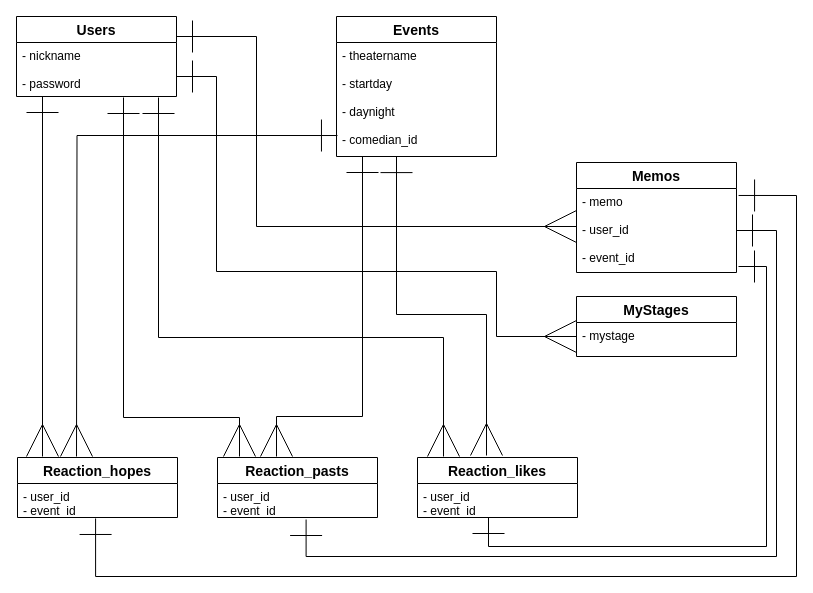
Before: zabuton_dayori.dio in saotome88/zabuton_dayori, a draw.io diagram. Source tidied: cells renumbered, new cells numbered last; positions are measured from the earlier drawing's top-left corner, leaving out a move shared by most shapes. Both pictures are drawn from the tidied source at 100%, with x=0, y=0 at pixel (16, 16).
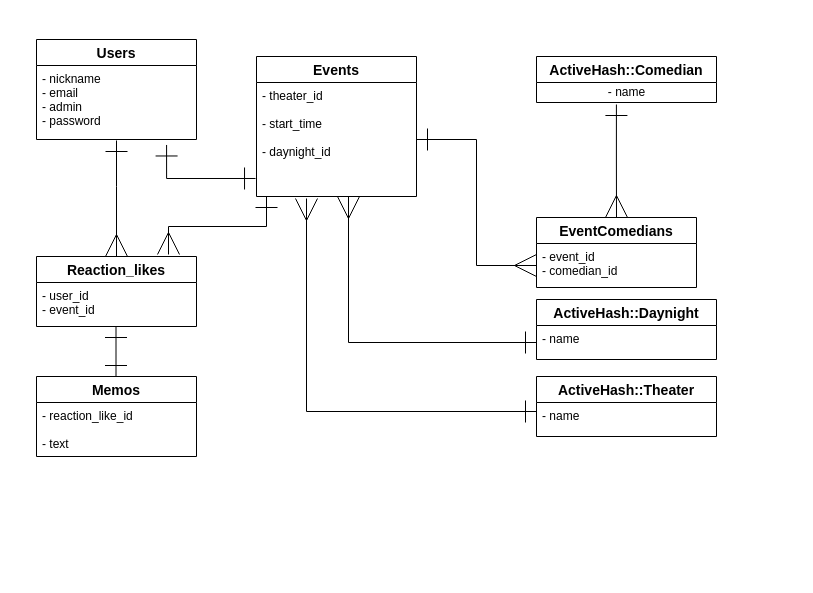
The same page after the edit.

Commit message (it also covers changes not shown here):
ER図の修正と古いER図は削除

The edit, as a diff of the source:
```diff
@@
-    <mxCell id="2" style="edgeStyle=orthogonalEdgeStyle;rounded=0;orthogonalLoop=1;jettySize=auto;html=1;endArrow=ERmany;endFill=0;startArrow=ERone;startFill=0;jumpSize=10;endSize=30;startSize=30;targetPerimeterSpacing=0;sourcePerimeterSpacing=0;" parent="1" edge="1">
-      <mxGeometry relative="1" as="geometry">
-        <mxPoint x="26" y="80" as="sourcePoint" />
-        <mxPoint x="26" y="440" as="targetPoint" />
-      </mxGeometry>
-    </mxCell>
     <mxCell id="3" value="Users" style="swimlane;fontStyle=1;horizontal=1;startSize=26;align=center;fontSize=14;" parent="1" vertex="1">
-      <mxGeometry width="160" height="80" as="geometry" />
+      <mxGeometry x="20" y="23" width="160" height="100" as="geometry" />
     </mxCell>
-    <mxCell id="4" value="- nickname&#10;&#10;- password" style="text;strokeColor=none;fillColor=none;spacingLeft=4;spacingRight=4;overflow=hidden;points=[[0,0.5],[1,0.5]];portConstraint=eastwest;fontSize=12;" parent="3" vertex="1">
-      <mxGeometry y="26" width="160" height="54" as="geometry" />
+    <mxCell id="4" value="- nickname&#10;- email&#10;- admin&#10;- password" style="text;strokeColor=none;fillColor=none;spacingLeft=4;spacingRight=4;overflow=hidden;points=[[0,0.5],[1,0.5]];portConstraint=eastwest;fontSize=12;" parent="3" vertex="1">
+      <mxGeometry y="26" width="160" height="74" as="geometry" />
     </mxCell>
     <mxCell id="5" value="Events" style="swimlane;fontStyle=1;horizontal=1;startSize=26;align=center;fontSize=14;" parent="1" vertex="1">
-      <mxGeometry x="320" width="160" height="140" as="geometry" />
+      <mxGeometry x="240" y="40" width="160" height="140" as="geometry" />
     </mxCell>
-    <mxCell id="6" value="- theatername&#10;&#10;- startday&#10;&#10;- daynight&#10;&#10;- comedian_id" style="text;strokeColor=none;fillColor=none;spacingLeft=4;spacingRight=4;overflow=hidden;points=[[0,0.5],[1,0.5]];portConstraint=eastwest;fontSize=12;" parent="5" vertex="1">
+    <mxCell id="6" value="- theater_id&#10;&#10;- start_time&#10;&#10;- daynight_id" style="text;strokeColor=none;fillColor=none;spacingLeft=4;spacingRight=4;overflow=hidden;points=[[0,0.5],[1,0.5]];portConstraint=eastwest;fontSize=12;" parent="5" vertex="1">
       <mxGeometry y="26" width="160" height="114" as="geometry" />
     </mxCell>
-    <mxCell id="7" value="Reaction_hopes" style="swimlane;fontStyle=1;horizontal=1;startSize=26;align=center;fontSize=14;" parent="1" vertex="1">
-      <mxGeometry x="1" y="441" width="160" height="60" as="geometry" />
-    </mxCell>
-    <mxCell id="8" value="- user_id&#10;- event_id" style="text;strokeColor=none;fillColor=none;spacingLeft=4;spacingRight=4;overflow=hidden;points=[[0,0.5],[1,0.5]];portConstraint=eastwest;fontSize=12;" parent="7" vertex="1">
-      <mxGeometry y="26" width="160" height="34" as="geometry" />
-    </mxCell>
-    <mxCell id="9" value="Reaction_pasts" style="swimlane;fontStyle=1;horizontal=1;startSize=26;align=center;fontSize=14;" parent="1" vertex="1">
-      <mxGeometry x="201" y="441" width="160" height="60" as="geometry" />
-    </mxCell>
-    <mxCell id="10" value="- user_id&#10;- event_id" style="text;strokeColor=none;fillColor=none;spacingLeft=4;spacingRight=4;overflow=hidden;fontSize=12;" parent="9" vertex="1">
-      <mxGeometry y="26" width="160" height="34" as="geometry" />
-    </mxCell>
     <mxCell id="11" value="Reaction_likes" style="swimlane;fontStyle=1;horizontal=1;startSize=26;align=center;fontSize=14;" parent="1" vertex="1">
-      <mxGeometry x="401" y="441" width="160" height="60" as="geometry" />
+      <mxGeometry x="20" y="240" width="160" height="70" as="geometry" />
     </mxCell>
     <mxCell id="12" value="- user_id&#10;- event_id" style="text;strokeColor=none;fillColor=none;spacingLeft=4;spacingRight=4;overflow=hidden;fontSize=12;" parent="11" vertex="1">
-      <mxGeometry y="26" width="160" height="34" as="geometry" />
+      <mxGeometry y="26" width="160" height="44" as="geometry" />
     </mxCell>
     <mxCell id="13" value="Memos" style="swimlane;fontStyle=1;horizontal=1;startSize=26;align=center;fontSize=14;" parent="1" vertex="1">
-      <mxGeometry x="560" y="146" width="160" height="110" as="geometry" />
+      <mxGeometry x="20" y="360" width="160" height="80" as="geometry" />
     </mxCell>
-    <mxCell id="14" value="- memo&#10;&#10;- user_id&#10;&#10;- event_id" style="text;strokeColor=none;fillColor=none;spacingLeft=4;spacingRight=4;overflow=hidden;points=[[0,0.5],[1,0.5]];portConstraint=eastwest;fontSize=12;" parent="13" vertex="1">
-      <mxGeometry y="26" width="160" height="84" as="geometry" />
+    <mxCell id="14" value="- reaction_like_id&#10;&#10;- text" style="text;strokeColor=none;fillColor=none;spacingLeft=4;spacingRight=4;overflow=hidden;points=[[0,0.5],[1,0.5]];portConstraint=eastwest;fontSize=12;" parent="13" vertex="1">
+      <mxGeometry y="26" width="160" height="54" as="geometry" />
     </mxCell>
-    <mxCell id="15" value="MyStages" style="swimlane;fontStyle=1;horizontal=1;startSize=26;align=center;fontSize=14;" parent="1" vertex="1">
-      <mxGeometry x="560" y="280" width="160" height="60" as="geometry" />
+    <mxCell id="15" value="EventComedians" style="swimlane;fontStyle=1;horizontal=1;startSize=26;align=center;fontSize=14;" parent="1" vertex="1">
+      <mxGeometry x="520" y="201" width="160" height="70" as="geometry" />
     </mxCell>
-    <mxCell id="16" value="- mystage" style="text;strokeColor=none;fillColor=none;spacingLeft=4;spacingRight=4;overflow=hidden;points=[[0,0.5],[1,0.5]];portConstraint=eastwest;fontSize=12;" parent="15" vertex="1">
-      <mxGeometry y="26" width="160" height="34" as="geometry" />
+    <mxCell id="16" value="- event_id&#10;- comedian_id" style="text;strokeColor=none;fillColor=none;spacingLeft=4;spacingRight=4;overflow=hidden;points=[[0,0.5],[1,0.5]];portConstraint=eastwest;fontSize=12;" parent="15" vertex="1">
+      <mxGeometry y="26" width="160" height="44" as="geometry" />
     </mxCell>
-    <mxCell id="17" style="edgeStyle=orthogonalEdgeStyle;rounded=0;orthogonalLoop=1;jettySize=auto;html=1;endArrow=ERmany;endFill=0;startArrow=ERone;startFill=0;jumpSize=10;endSize=30;startSize=30;targetPerimeterSpacing=0;sourcePerimeterSpacing=0;exitX=0.669;exitY=1.074;exitDx=0;exitDy=0;exitPerimeter=0;" parent="1" edge="1">
-      <mxGeometry relative="1" as="geometry">
-        <mxPoint x="107" y="81" as="sourcePoint" />
-        <mxPoint x="223" y="440" as="targetPoint" />
-        <Array as="points">
-          <mxPoint x="107" y="401" />
-          <mxPoint x="223" y="401" />
-        </Array>
-      </mxGeometry>
-    </mxCell>
-    <mxCell id="18" style="edgeStyle=orthogonalEdgeStyle;rounded=0;orthogonalLoop=1;jettySize=auto;html=1;endArrow=ERmany;endFill=0;startArrow=ERone;startFill=0;jumpSize=10;endSize=30;startSize=30;targetPerimeterSpacing=0;sourcePerimeterSpacing=0;" parent="1" edge="1">
-      <mxGeometry relative="1" as="geometry">
-        <mxPoint x="142" y="81" as="sourcePoint" />
-        <mxPoint x="427" y="440" as="targetPoint" />
-        <Array as="points">
-          <mxPoint x="142" y="81" />
-          <mxPoint x="142" y="321" />
-          <mxPoint x="427" y="321" />
-        </Array>
-      </mxGeometry>
-    </mxCell>
-    <mxCell id="19" style="edgeStyle=orthogonalEdgeStyle;rounded=0;orthogonalLoop=1;jettySize=auto;html=1;entryX=0;entryY=0.5;entryDx=0;entryDy=0;endArrow=ERmany;endFill=0;startArrow=ERone;startFill=0;jumpSize=10;endSize=30;startSize=30;targetPerimeterSpacing=0;sourcePerimeterSpacing=0;exitX=1;exitY=0.5;exitDx=0;exitDy=0;" parent="1" edge="1">
-      <mxGeometry relative="1" as="geometry">
-        <mxPoint x="160" y="60" as="sourcePoint" />
-        <mxPoint x="560" y="320" as="targetPoint" />
-        <Array as="points">
-          <mxPoint x="200" y="60" />
-          <mxPoint x="200" y="255" />
-          <mxPoint x="480" y="255" />
-          <mxPoint x="480" y="320" />
-        </Array>
-      </mxGeometry>
-    </mxCell>
-    <mxCell id="20" style="edgeStyle=orthogonalEdgeStyle;rounded=0;jettySize=auto;html=1;endArrow=ERmany;endFill=0;startArrow=ERone;startFill=0;jumpSize=10;endSize=30;startSize=30;targetPerimeterSpacing=0;sourcePerimeterSpacing=0;exitX=1;exitY=0.25;exitDx=0;exitDy=0;" parent="1" edge="1" source="3">
-      <mxGeometry relative="1" as="geometry">
-        <mxPoint x="560" y="210" as="targetPoint" />
-        <Array as="points">
-          <mxPoint x="240" y="20" />
-          <mxPoint x="240" y="210" />
-        </Array>
-      </mxGeometry>
-    </mxCell>
-    <mxCell id="21" style="edgeStyle=orthogonalEdgeStyle;rounded=0;jettySize=auto;html=1;endArrow=ERmany;endFill=0;startArrow=ERone;startFill=0;jumpSize=10;endSize=30;startSize=30;targetPerimeterSpacing=0;sourcePerimeterSpacing=0;exitX=0.006;exitY=0.816;exitDx=0;exitDy=0;exitPerimeter=0;" parent="1" edge="1" source="6">
-      <mxGeometry relative="1" as="geometry">
-        <mxPoint x="60" y="440" as="targetPoint" />
-      </mxGeometry>
-    </mxCell>
-    <mxCell id="22" style="edgeStyle=orthogonalEdgeStyle;rounded=0;orthogonalLoop=1;jettySize=auto;html=1;endArrow=ERmany;endFill=0;startArrow=ERone;startFill=0;jumpSize=10;endSize=30;startSize=30;targetPerimeterSpacing=0;sourcePerimeterSpacing=0;" parent="1" edge="1">
-      <mxGeometry relative="1" as="geometry">
-        <mxPoint x="346" y="140" as="sourcePoint" />
-        <mxPoint x="260" y="440" as="targetPoint" />
-        <Array as="points">
-          <mxPoint x="346" y="400" />
-          <mxPoint x="260" y="400" />
-        </Array>
-      </mxGeometry>
-    </mxCell>
-    <mxCell id="23" style="edgeStyle=orthogonalEdgeStyle;rounded=0;orthogonalLoop=1;jettySize=auto;html=1;endArrow=ERmany;endFill=0;startArrow=ERone;startFill=0;jumpSize=10;endSize=30;startSize=30;targetPerimeterSpacing=0;sourcePerimeterSpacing=0;exitX=0.194;exitY=1.018;exitDx=0;exitDy=0;exitPerimeter=0;" parent="1" edge="1">
-      <mxGeometry relative="1" as="geometry">
-        <mxPoint x="380" y="140.1" as="sourcePoint" />
-        <mxPoint x="470" y="439" as="targetPoint" />
-        <Array as="points">
-          <mxPoint x="380" y="298" />
-          <mxPoint x="470" y="298" />
-        </Array>
-      </mxGeometry>
-    </mxCell>
-    <mxCell id="24" style="edgeStyle=orthogonalEdgeStyle;rounded=0;jettySize=auto;html=1;exitX=1.013;exitY=0.083;exitDx=0;exitDy=0;entryX=0.488;entryY=1.029;entryDx=0;entryDy=0;entryPerimeter=0;endSize=30;startSize=30;endArrow=ERone;endFill=0;startArrow=ERone;startFill=0;exitPerimeter=0;" parent="1" edge="1" source="14" target="8">
-      <mxGeometry relative="1" as="geometry">
-        <Array as="points">
-          <mxPoint x="780" y="179" />
-          <mxPoint x="780" y="560" />
-          <mxPoint x="79" y="560" />
-        </Array>
-      </mxGeometry>
-    </mxCell>
-    <mxCell id="25" style="edgeStyle=orthogonalEdgeStyle;rounded=0;jettySize=auto;html=1;entryX=0.488;entryY=1.029;entryDx=0;entryDy=0;entryPerimeter=0;endSize=30;startSize=30;endArrow=ERone;endFill=0;startArrow=ERone;startFill=0;exitX=1;exitY=0.5;exitDx=0;exitDy=0;" parent="1" edge="1" source="14">
-      <mxGeometry relative="1" as="geometry">
-        <mxPoint x="289.6" y="503" as="targetPoint" />
-        <Array as="points">
-          <mxPoint x="760" y="214" />
-          <mxPoint x="760" y="540" />
-          <mxPoint x="290" y="540" />
-        </Array>
-      </mxGeometry>
-    </mxCell>
-    <mxCell id="26" style="edgeStyle=orthogonalEdgeStyle;rounded=0;orthogonalLoop=1;jettySize=auto;html=1;entryX=0.488;entryY=1.029;entryDx=0;entryDy=0;entryPerimeter=0;endSize=30;startSize=30;endArrow=ERone;endFill=0;startArrow=ERone;startFill=0;" parent="1" edge="1">
-      <mxGeometry relative="1" as="geometry">
-        <mxPoint x="722" y="250" as="sourcePoint" />
-        <mxPoint x="472" y="501" as="targetPoint" />
-        <Array as="points">
-          <mxPoint x="750" y="250" />
-          <mxPoint x="750" y="530" />
-          <mxPoint x="472" y="530" />
-        </Array>
-      </mxGeometry>
-    </mxCell>
+    <mxCell id="27" value="ActiveHash::Comedian" style="swimlane;fontStyle=1;horizontal=1;startSize=26;align=center;fontSize=14;" parent="1" vertex="1">
+      <mxGeometry x="520" y="40" width="180" height="46" as="geometry" />
+    </mxCell>
+    <mxCell id="28" value="&lt;span style=&quot;text-align: left&quot;&gt;-&amp;nbsp;name&lt;/span&gt;" style="text;html=1;align=center;verticalAlign=middle;points=[];strokeColor=none;" parent="27" vertex="1">
+      <mxGeometry y="26" width="180" height="20" as="geometry" />
+    </mxCell>
+    <mxCell id="29" value="ActiveHash::Daynight" style="swimlane;fontStyle=1;horizontal=1;startSize=26;align=center;fontSize=14;" parent="1" vertex="1">
+      <mxGeometry x="520" y="283" width="180" height="60" as="geometry" />
+    </mxCell>
+    <mxCell id="30" value="- name" style="text;strokeColor=none;fillColor=none;spacingLeft=4;spacingRight=4;overflow=hidden;points=[[0,0.5],[1,0.5]];portConstraint=eastwest;fontSize=12;" parent="29" vertex="1">
+      <mxGeometry y="26" width="180" height="34" as="geometry" />
+    </mxCell>
+    <mxCell id="31" value="ActiveHash::Theater" style="swimlane;fontStyle=1;horizontal=1;startSize=26;align=center;fontSize=14;" parent="1" vertex="1">
+      <mxGeometry x="520" y="360" width="180" height="60" as="geometry" />
+    </mxCell>
+    <mxCell id="32" value="- name" style="text;strokeColor=none;fillColor=none;spacingLeft=4;spacingRight=4;overflow=hidden;fontSize=12;" parent="31" vertex="1">
+      <mxGeometry y="26" width="180" height="34" as="geometry" />
+    </mxCell>
+    <mxCell id="33" style="edgeStyle=orthogonalEdgeStyle;rounded=0;jettySize=auto;html=1;exitX=1;exitY=0.5;exitDx=0;exitDy=0;entryX=0;entryY=0.5;entryDx=0;entryDy=0;endArrow=ERmany;endFill=0;endSize=20;startSize=20;startArrow=ERone;startFill=0;" parent="1" edge="1" source="6" target="16">
+      <mxGeometry relative="1" as="geometry" />
+    </mxCell>
+    <mxCell id="34" style="edgeStyle=orthogonalEdgeStyle;rounded=0;jettySize=auto;html=1;exitX=0.575;exitY=1;exitDx=0;exitDy=0;entryX=0;entryY=0.5;entryDx=0;entryDy=0;endArrow=ERone;endFill=0;endSize=20;startSize=20;startArrow=ERmany;startFill=0;exitPerimeter=0;" parent="1" edge="1" source="6" target="30">
+      <mxGeometry relative="1" as="geometry" />
+    </mxCell>
+    <mxCell id="35" style="edgeStyle=orthogonalEdgeStyle;rounded=0;orthogonalLoop=1;jettySize=auto;html=1;entryX=0;entryY=0.5;entryDx=0;entryDy=0;endArrow=ERone;endFill=0;endSize=20;startSize=20;startArrow=ERmany;startFill=0;" parent="1" edge="1">
+      <mxGeometry relative="1" as="geometry">
+        <mxPoint x="290" y="182" as="sourcePoint" />
+        <mxPoint x="520" y="395" as="targetPoint" />
+        <Array as="points">
+          <mxPoint x="290" y="395" />
+        </Array>
+      </mxGeometry>
+    </mxCell>
+    <mxCell id="36" style="edgeStyle=orthogonalEdgeStyle;rounded=0;jettySize=auto;html=1;exitX=0.5;exitY=0;exitDx=0;exitDy=0;endArrow=ERone;endFill=0;endSize=20;startSize=20;startArrow=ERmany;startFill=0;" parent="1" edge="1" source="11">
+      <mxGeometry relative="1" as="geometry">
+        <mxPoint x="100" y="124" as="targetPoint" />
+        <Array as="points">
+          <mxPoint x="100" y="170" />
+          <mxPoint x="100" y="170" />
+        </Array>
+      </mxGeometry>
+    </mxCell>
+    <mxCell id="37" style="edgeStyle=orthogonalEdgeStyle;rounded=0;jettySize=auto;html=1;entryX=0.5;entryY=0;entryDx=0;entryDy=0;endArrow=ERmany;endFill=0;endSize=20;startSize=20;startArrow=ERone;startFill=0;exitX=0.444;exitY=1.1;exitDx=0;exitDy=0;exitPerimeter=0;" parent="1" edge="1" source="28" target="15">
+      <mxGeometry relative="1" as="geometry" />
+    </mxCell>
+    <mxCell id="38" style="edgeStyle=orthogonalEdgeStyle;rounded=0;orthogonalLoop=1;jettySize=auto;html=1;endArrow=ERone;endFill=0;endSize=20;startSize=20;startArrow=ERone;startFill=0;" parent="1" edge="1">
+      <mxGeometry relative="1" as="geometry">
+        <mxPoint x="100" y="360" as="sourcePoint" />
+        <mxPoint x="99.5" y="310" as="targetPoint" />
+        <Array as="points">
+          <mxPoint x="99.5" y="310" />
+          <mxPoint x="99.5" y="310" />
+        </Array>
+      </mxGeometry>
+    </mxCell>
+    <mxCell id="39" style="edgeStyle=orthogonalEdgeStyle;rounded=0;jettySize=auto;html=1;endArrow=ERone;endFill=0;endSize=20;startSize=20;startArrow=ERone;startFill=0;entryX=0.813;entryY=1.074;entryDx=0;entryDy=0;entryPerimeter=0;exitX=-0.006;exitY=0.842;exitDx=0;exitDy=0;exitPerimeter=0;" parent="1" edge="1" source="6" target="4">
+      <mxGeometry relative="1" as="geometry">
+        <Array as="points">
+          <mxPoint x="150" y="162" />
+        </Array>
+      </mxGeometry>
+    </mxCell>
+    <mxCell id="40" style="edgeStyle=orthogonalEdgeStyle;rounded=0;jettySize=auto;html=1;exitX=0.825;exitY=-0.029;exitDx=0;exitDy=0;endArrow=ERone;endFill=0;endSize=20;startSize=20;startArrow=ERmany;startFill=0;exitPerimeter=0;" parent="1" edge="1" source="11">
+      <mxGeometry relative="1" as="geometry">
+        <mxPoint x="250" y="180" as="targetPoint" />
+        <Array as="points">
+          <mxPoint x="152" y="210" />
+          <mxPoint x="250" y="210" />
+        </Array>
+      </mxGeometry>
+    </mxCell>
```
